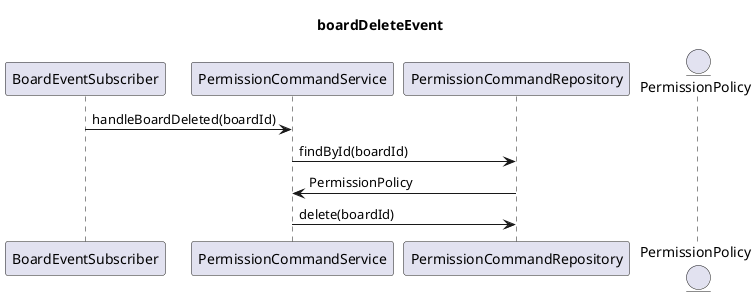
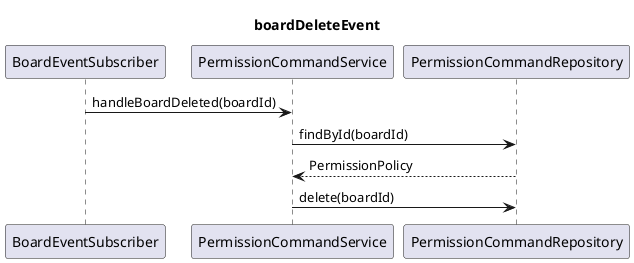
@startuml PermissionPolicy_BOARD_DELETED_HANDLE
title boardDeleteEvent

participant BoardEventSubscriber
participant PermissionCommandService
participant PermissionCommandRepository
- entity PermissionPolicy

BoardEventSubscriber -> PermissionCommandService : handleBoardDeleted(boardId)
PermissionCommandService -> PermissionCommandRepository : findById(boardId)
- PermissionCommandRepository -> PermissionCommandService : PermissionPolicy
+ PermissionCommandRepository --> PermissionCommandService : PermissionPolicy
PermissionCommandService -> PermissionCommandRepository : delete(boardId)
@enduml